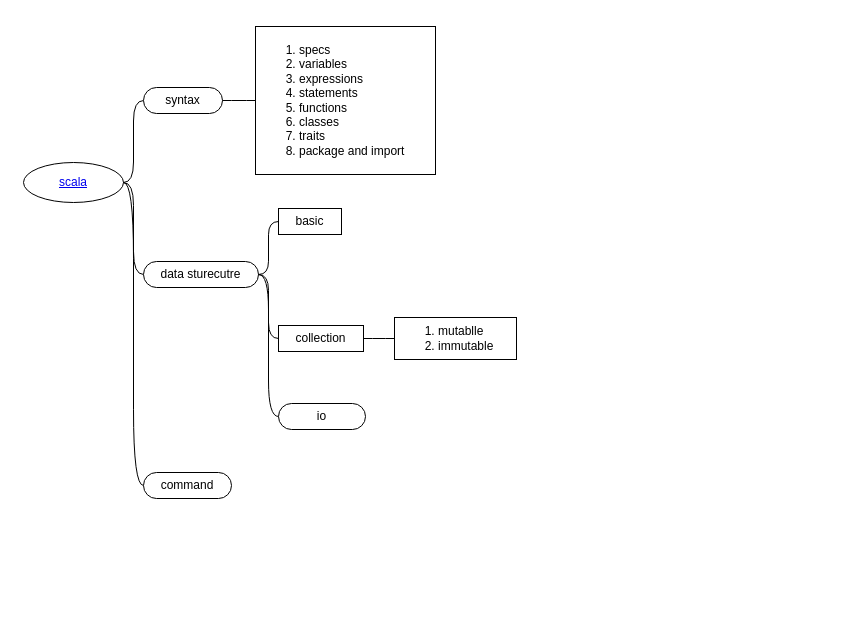
This is page "overview" (1 of 6) of languages/scala/scala.drawio from yangdj/tf_docs, a draw.io file, before an edit. Source tidied: cells renumbered, new cells numbered last; positions are measured from the earlier drawing's top-left corner, leaving out a move shared by most shapes. Both pictures are drawn from the tidied source at 100%, with x=0, y=0 at pixel (17, 17).
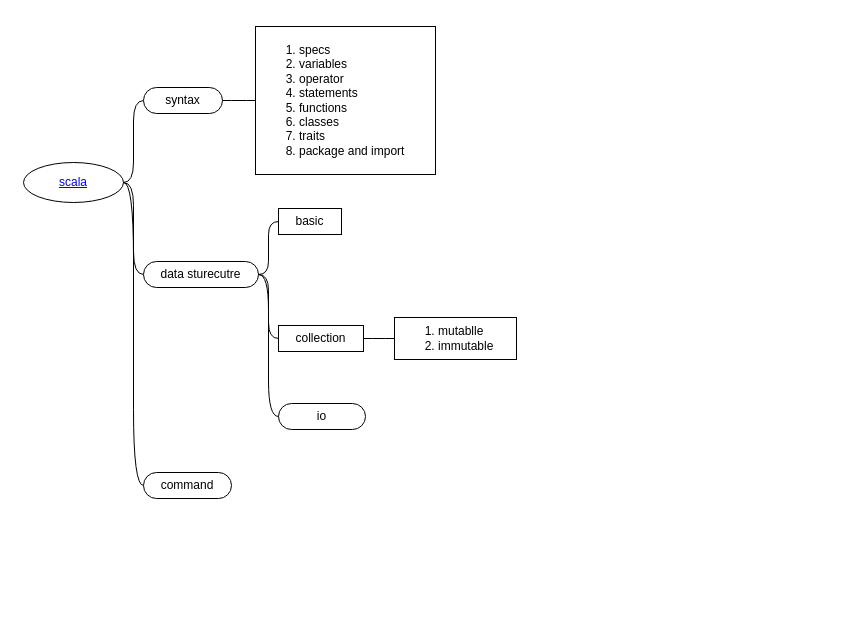
The same diagram, later.

Diff of the diagram source:
```diff
@@
 <mxGraphModel>
   <root>
     <mxCell id="0" />
     <mxCell id="1" parent="0" />
     <mxCell id="2" style="swimlane;html=1;startSize=20;horizontal=1;containerType=tree;strokeColor=none;" parent="1" vertex="1">
       <mxGeometry width="814" height="583" as="geometry" />
     </mxCell>
     <mxCell id="3" style="edgeStyle=entityRelationEdgeStyle;startArrow=none;endArrow=none;segment=10;curved=1;" parent="2" edge="1" source="4" target="5">
       <mxGeometry relative="1" as="geometry" />
     </mxCell>
     <mxCell id="4" value="&lt;a href=&quot;http://www.scala-lang.org&quot;&gt;scala&lt;/a&gt;" style="ellipse;whiteSpace=wrap;html=1;align=center;newEdgeStyle={&quot;edgeStyle&quot;:&quot;entityRelationEdgeStyle&quot;,&quot;startArrow&quot;:&quot;none&quot;,&quot;endArrow&quot;:&quot;none&quot;,&quot;segment&quot;:10,&quot;curved&quot;:1};" parent="2" vertex="1">
       <mxGeometry x="6" y="145" width="100" height="40" as="geometry" />
     </mxCell>
     <mxCell id="5" value="syntax" style="whiteSpace=wrap;html=1;rounded=1;arcSize=50;align=center;verticalAlign=middle;strokeWidth=1;spacing=4;newEdgeStyle={&quot;edgeStyle&quot;:&quot;entityRelationEdgeStyle&quot;,&quot;startArrow&quot;:&quot;none&quot;,&quot;endArrow&quot;:&quot;none&quot;,&quot;segment&quot;:10,&quot;curved&quot;:1};" parent="2" vertex="1">
       <mxGeometry x="126" y="70" width="79" height="26" as="geometry" />
     </mxCell>
     <mxCell id="6" style="edgeStyle=entityRelationEdgeStyle;startArrow=none;endArrow=none;segment=10;curved=1;" parent="2" edge="1" source="4" target="7">
       <mxGeometry relative="1" as="geometry" />
     </mxCell>
     <mxCell id="7" value="data sturecutre" style="whiteSpace=wrap;html=1;rounded=1;arcSize=50;align=center;verticalAlign=middle;strokeWidth=1;spacing=4;newEdgeStyle={&quot;edgeStyle&quot;:&quot;entityRelationEdgeStyle&quot;,&quot;startArrow&quot;:&quot;none&quot;,&quot;endArrow&quot;:&quot;none&quot;,&quot;segment&quot;:10,&quot;curved&quot;:1};" parent="2" vertex="1">
       <mxGeometry x="126" y="244" width="115" height="26" as="geometry" />
     </mxCell>
     <mxCell id="8" style="edgeStyle=entityRelationEdgeStyle;startArrow=none;endArrow=none;segment=10;curved=1;" parent="2" edge="1" source="7" target="9">
       <mxGeometry relative="1" as="geometry" />
     </mxCell>
     <mxCell id="9" value="&lt;span&gt;collection&lt;/span&gt;&lt;br&gt;" style="whiteSpace=wrap;html=1;rounded=1;arcSize=0;align=center;verticalAlign=middle;strokeWidth=1;spacing=4;newEdgeStyle={&quot;edgeStyle&quot;:&quot;entityRelationEdgeStyle&quot;,&quot;startArrow&quot;:&quot;none&quot;,&quot;endArrow&quot;:&quot;none&quot;,&quot;segment&quot;:10,&quot;curved&quot;:1};" parent="2" vertex="1">
       <mxGeometry x="261" y="308" width="85" height="26" as="geometry" />
     </mxCell>
     <mxCell id="10" style="edgeStyle=entityRelationEdgeStyle;startArrow=none;endArrow=none;segment=10;curved=1;" parent="2" edge="1" source="9" target="11">
       <mxGeometry relative="1" as="geometry" />
     </mxCell>
     <mxCell id="11" value="&lt;ol&gt;&lt;li&gt;mutablle&lt;/li&gt;&lt;li&gt;immutable&lt;/li&gt;&lt;/ol&gt;" style="whiteSpace=wrap;html=1;rounded=1;arcSize=0;align=left;verticalAlign=middle;strokeWidth=1;spacing=4;newEdgeStyle={&quot;edgeStyle&quot;:&quot;entityRelationEdgeStyle&quot;,&quot;startArrow&quot;:&quot;none&quot;,&quot;endArrow&quot;:&quot;none&quot;,&quot;segment&quot;:10,&quot;curved&quot;:1};" parent="2" vertex="1">
       <mxGeometry x="377" y="300" width="122" height="42" as="geometry" />
     </mxCell>
     <mxCell id="12" style="edgeStyle=entityRelationEdgeStyle;startArrow=none;endArrow=none;segment=10;curved=1;" parent="2" edge="1" source="7" target="13">
       <mxGeometry relative="1" as="geometry" />
     </mxCell>
     <mxCell id="13" value="&lt;span&gt;basic&lt;/span&gt;" style="whiteSpace=wrap;html=1;rounded=1;arcSize=0;align=center;verticalAlign=middle;strokeWidth=1;spacing=4;newEdgeStyle={&quot;edgeStyle&quot;:&quot;entityRelationEdgeStyle&quot;,&quot;startArrow&quot;:&quot;none&quot;,&quot;endArrow&quot;:&quot;none&quot;,&quot;segment&quot;:10,&quot;curved&quot;:1};" parent="2" vertex="1">
       <mxGeometry x="261" y="191" width="63" height="26" as="geometry" />
     </mxCell>
     <mxCell id="14" style="edgeStyle=entityRelationEdgeStyle;startArrow=none;endArrow=none;segment=10;curved=1;" parent="2" edge="1" source="5" target="15">
       <mxGeometry relative="1" as="geometry" />
     </mxCell>
-    <mxCell id="15" value="&lt;ol&gt;&lt;li&gt;specs&lt;/li&gt;&lt;li&gt;variables&lt;/li&gt;&lt;li&gt;expressions&lt;/li&gt;&lt;li&gt;statements&lt;/li&gt;&lt;li&gt;functions&lt;/li&gt;&lt;li&gt;classes&lt;/li&gt;&lt;li&gt;traits&lt;/li&gt;&lt;li&gt;package and import&lt;/li&gt;&lt;/ol&gt;" style="whiteSpace=wrap;html=1;rounded=1;arcSize=0;align=left;verticalAlign=middle;strokeWidth=1;spacing=4;newEdgeStyle={&quot;edgeStyle&quot;:&quot;entityRelationEdgeStyle&quot;,&quot;startArrow&quot;:&quot;none&quot;,&quot;endArrow&quot;:&quot;none&quot;,&quot;segment&quot;:10,&quot;curved&quot;:1};" parent="2" vertex="1">
+    <mxCell id="15" value="&lt;ol&gt;&lt;li&gt;specs&lt;/li&gt;&lt;li&gt;variables&lt;/li&gt;&lt;li&gt;operator&lt;/li&gt;&lt;li&gt;statements&lt;/li&gt;&lt;li&gt;functions&lt;/li&gt;&lt;li&gt;classes&lt;/li&gt;&lt;li&gt;traits&lt;/li&gt;&lt;li&gt;package and import&lt;/li&gt;&lt;/ol&gt;" style="whiteSpace=wrap;html=1;rounded=1;arcSize=0;align=left;verticalAlign=middle;strokeWidth=1;spacing=4;newEdgeStyle={&quot;edgeStyle&quot;:&quot;entityRelationEdgeStyle&quot;,&quot;startArrow&quot;:&quot;none&quot;,&quot;endArrow&quot;:&quot;none&quot;,&quot;segment&quot;:10,&quot;curved&quot;:1};" parent="2" vertex="1">
       <mxGeometry x="238" y="9" width="180" height="148" as="geometry" />
     </mxCell>
     <mxCell id="16" style="edgeStyle=entityRelationEdgeStyle;startArrow=none;endArrow=none;segment=10;curved=1;" parent="2" edge="1" source="7" target="17">
       <mxGeometry relative="1" as="geometry" />
     </mxCell>
     <mxCell id="17" value="io" style="whiteSpace=wrap;html=1;rounded=1;arcSize=50;align=center;verticalAlign=middle;strokeWidth=1;spacing=4;newEdgeStyle={&quot;edgeStyle&quot;:&quot;entityRelationEdgeStyle&quot;,&quot;startArrow&quot;:&quot;none&quot;,&quot;endArrow&quot;:&quot;none&quot;,&quot;segment&quot;:10,&quot;curved&quot;:1};" parent="2" vertex="1">
       <mxGeometry x="261" y="386" width="87" height="26" as="geometry" />
     </mxCell>
     <mxCell id="18" style="edgeStyle=entityRelationEdgeStyle;startArrow=none;endArrow=none;segment=10;curved=1;" parent="2" edge="1" source="4" target="19">
       <mxGeometry relative="1" as="geometry" />
     </mxCell>
     <mxCell id="19" value="command" style="whiteSpace=wrap;html=1;rounded=1;arcSize=50;align=center;verticalAlign=middle;strokeWidth=1;spacing=4;newEdgeStyle={&quot;edgeStyle&quot;:&quot;entityRelationEdgeStyle&quot;,&quot;startArrow&quot;:&quot;none&quot;,&quot;endArrow&quot;:&quot;none&quot;,&quot;segment&quot;:10,&quot;curved&quot;:1};" parent="2" vertex="1">
       <mxGeometry x="126" y="455" width="88" height="26" as="geometry" />
     </mxCell>
   </root>
 </mxGraphModel>
```
